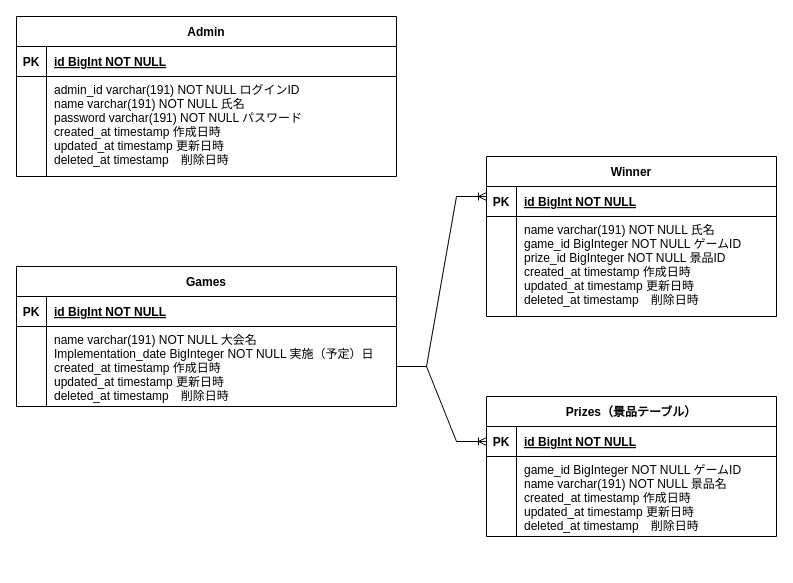
Above: ビンゴゲーム.drawio in 2Gken1029/BingoGameForWeb (draw.io), before the change. Source tidied: cells renumbered, new cells numbered last; positions are measured from the earlier drawing's top-left corner, leaving out a move shared by most shapes. Both pictures are drawn from the tidied source at 100%, with x=0, y=0 at pixel (16, 16).
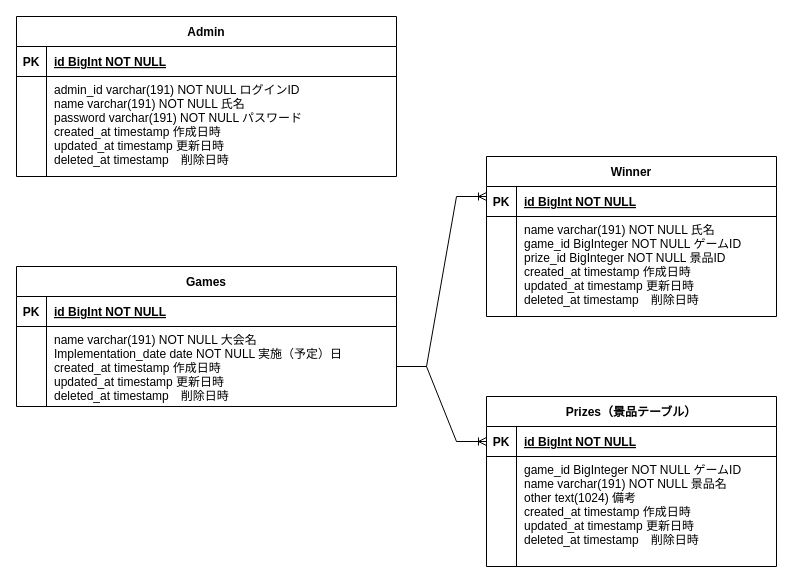
The same page after the edit.

Unchanged cells that the change refers to:
```xml
<mxCell id="20" style="shape=partialRectangle;fillColor=none;points=[[0,0.5],[1,0.5]];portConstraint=eastwest;top=0;left=0;right=0;bottom=0;" parent="16" vertex="1">
  <mxGeometry y="60" width="380" height="80" as="geometry" />
</mxCell>
```

The edit, as a diff of the source:
```diff
@@
     <mxCell id="2" value="Prizes（景品テーブル）" style="shape=table;startSize=30;childLayout=tableLayout;rowLines=0;fontStyle=1;align=center;" parent="1" vertex="1">
-      <mxGeometry x="470" y="380" width="290" height="140" as="geometry" />
+      <mxGeometry x="470" y="380" width="290" height="170" as="geometry" />
     </mxCell>
@@
     <mxCell id="6" style="shape=partialRectangle;fillColor=none;top=0;left=0;right=0;bottom=0;" parent="2" vertex="1">
-      <mxGeometry y="60" width="290" height="80" as="geometry" />
+      <mxGeometry y="60" width="290" height="110" as="geometry" />
     </mxCell>
     <mxCell id="7" style="shape=partialRectangle;overflow=hidden;fillColor=none;top=0;left=0;bottom=0;right=0;" parent="6" vertex="1">
-      <mxGeometry width="30" height="80" as="geometry" />
+      <mxGeometry width="30" height="110" as="geometry" />
     </mxCell>
-    <mxCell id="8" value="game_id BigInteger NOT NULL ゲームID&#10;name varchar(191) NOT NULL 景品名&#10;created_at timestamp 作成日時&#10;updated_at timestamp 更新日時&#10;deleted_at timestamp　削除日時&#10;" style="shape=partialRectangle;overflow=hidden;fillColor=none;top=0;left=0;bottom=0;right=0;align=left;spacingLeft=6;verticalAlign=top;" parent="6" vertex="1">
-      <mxGeometry x="30" width="260" height="80" as="geometry" />
+    <mxCell id="8" value="game_id BigInteger NOT NULL ゲームID&#10;name varchar(191) NOT NULL 景品名&#10;other text(1024) 備考&#10;created_at timestamp 作成日時&#10;updated_at timestamp 更新日時&#10;deleted_at timestamp　削除日時&#10;" style="shape=partialRectangle;overflow=hidden;fillColor=none;top=0;left=0;bottom=0;right=0;align=left;spacingLeft=6;verticalAlign=top;" parent="6" vertex="1">
+      <mxGeometry x="30" width="260" height="110" as="geometry" />
     </mxCell>
@@
-    <mxCell id="22" value="name varchar(191) NOT NULL 大会名&#10;Implementation_date BigInteger NOT NULL 実施（予定）日&#10;created_at timestamp 作成日時&#10;updated_at timestamp 更新日時&#10;deleted_at timestamp　削除日時" style="shape=partialRectangle;overflow=hidden;fillColor=none;top=0;left=0;bottom=0;right=0;align=left;spacingLeft=6;verticalAlign=top;" parent="20" vertex="1">
+    <mxCell id="22" value="name varchar(191) NOT NULL 大会名&#10;Implementation_date date NOT NULL 実施（予定）日&#10;created_at timestamp 作成日時&#10;updated_at timestamp 更新日時&#10;deleted_at timestamp　削除日時" style="shape=partialRectangle;overflow=hidden;fillColor=none;top=0;left=0;bottom=0;right=0;align=left;spacingLeft=6;verticalAlign=top;" parent="20" vertex="1">
       <mxGeometry x="30" width="350" height="80" as="geometry" />
     </mxCell>
```
